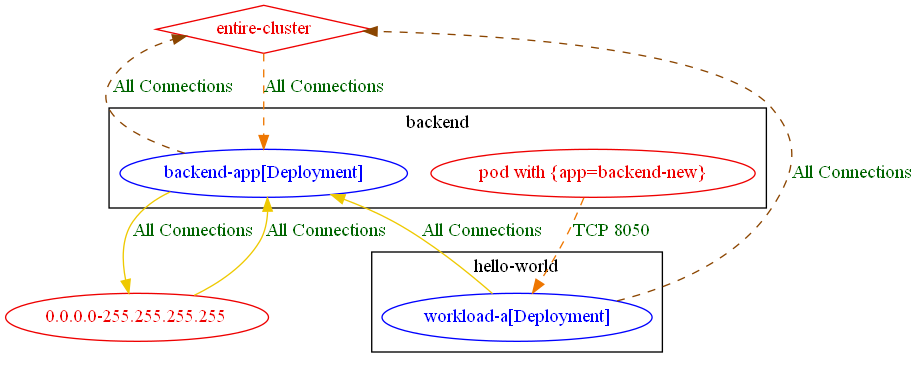
Earlier version of the Graphviz export test_outputs/connlist/exposure_test_conn_to_new_pod_in_an_existing_ns_exposure_output.dot.png (np-guard/netpol-analyzer). Its source is kept beside it as test_outputs/connlist/exposure_test_conn_to_new_pod_in_an_existing_ns_exposure_output.dot.
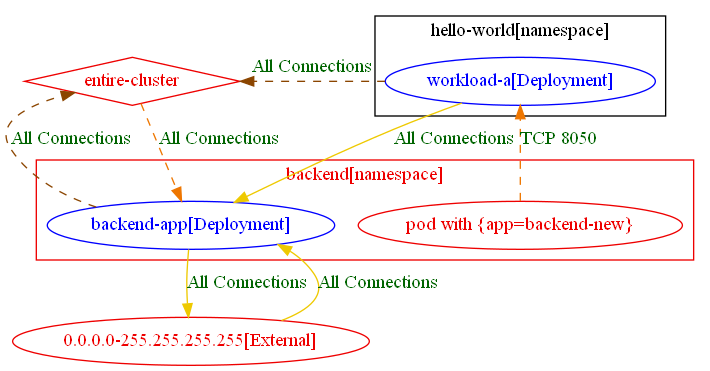
The same diagram one commit later.

What changed in the source:
```diff
@@ -1,21 +1,26 @@
 digraph {
-	subgraph "cluster_backend" {
+	subgraph "cluster_backend[namespace]" {
 		color="black"
 		fontcolor="black"
 		"backend/backend-app[Deployment]" [label="backend-app[Deployment]" color="blue" fontcolor="blue"]
-		"pod with {app=backend-new}_in_backend" [label="pod with {app=backend-new}" color="red2" fontcolor="red2"]
-		label="backend"
+		label="backend[namespace]"
 	}
-	subgraph "cluster_hello_world" {
+	subgraph "cluster_hello_world[namespace]" {
 		color="black"
 		fontcolor="black"
 		"hello-world/workload-a[Deployment]" [label="workload-a[Deployment]" color="blue" fontcolor="blue"]
-		label="hello-world"
+		label="hello-world[namespace]"
 	}
-	"0.0.0.0-255.255.255.255" [label="0.0.0.0-255.255.255.255" color="red2" fontcolor="red2"]
+	subgraph "cluster_backend[namespace]" {
+		color="red2"
+		fontcolor="red2"
+		"pod with {app=backend-new}_in_backend" [label="pod with {app=backend-new}" color="red2" fontcolor="red2"]
+		label="backend[namespace]"
+	}
+	"0.0.0.0-255.255.255.255[External]" [label="0.0.0.0-255.255.255.255[External]" color="red2" fontcolor="red2"]
 	"entire-cluster" [label="entire-cluster" color="red2" fontcolor="red2" shape=diamond]
-	"0.0.0.0-255.255.255.255" -> "backend/backend-app[Deployment]" [label="All Connections" color="gold2" fontcolor="darkgreen" weight=0.5]
-	"backend/backend-app[Deployment]" -> "0.0.0.0-255.255.255.255" [label="All Connections" color="gold2" fontcolor="darkgreen" weight=1]
+	"0.0.0.0-255.255.255.255[External]" -> "backend/backend-app[Deployment]" [label="All Connections" color="gold2" fontcolor="darkgreen" weight=0.5]
+	"backend/backend-app[Deployment]" -> "0.0.0.0-255.255.255.255[External]" [label="All Connections" color="gold2" fontcolor="darkgreen" weight=1]
 	"backend/backend-app[Deployment]" -> "entire-cluster" [label="All Connections" color="darkorange4" fontcolor="darkgreen" weight=0.5 style=dashed]
 	"entire-cluster" -> "backend/backend-app[Deployment]" [label="All Connections" color="darkorange2" fontcolor="darkgreen" weight=1 style=dashed]
 	"hello-world/workload-a[Deployment]" -> "backend/backend-app[Deployment]" [label="All Connections" color="gold2" fontcolor="darkgreen" weight=1]
```
